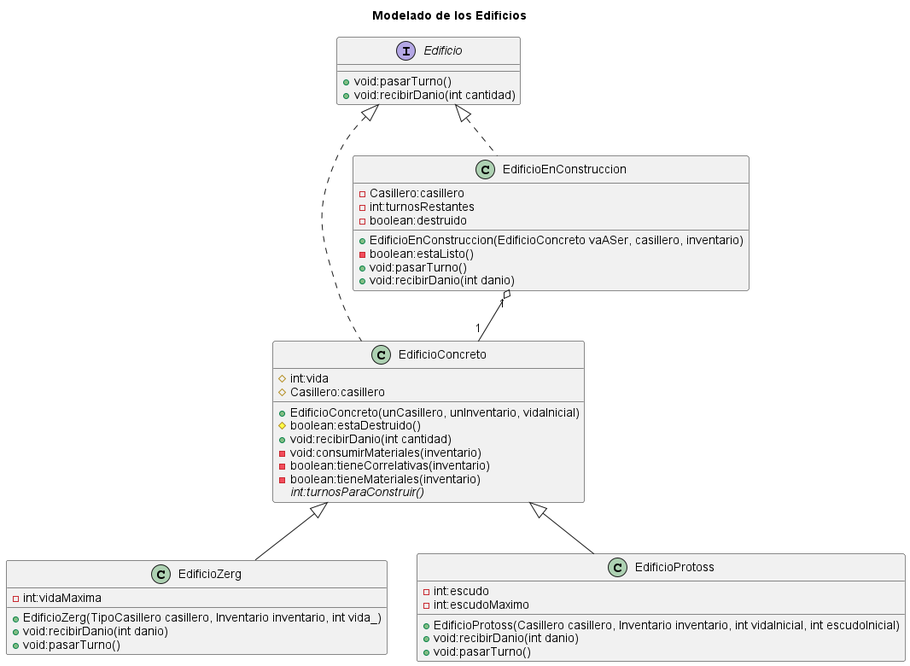
This is diagrams/classes/modeladoDeEdificios.png from m-cabrerar/AlgoStar, a PlantUML export, as it was before one commit.
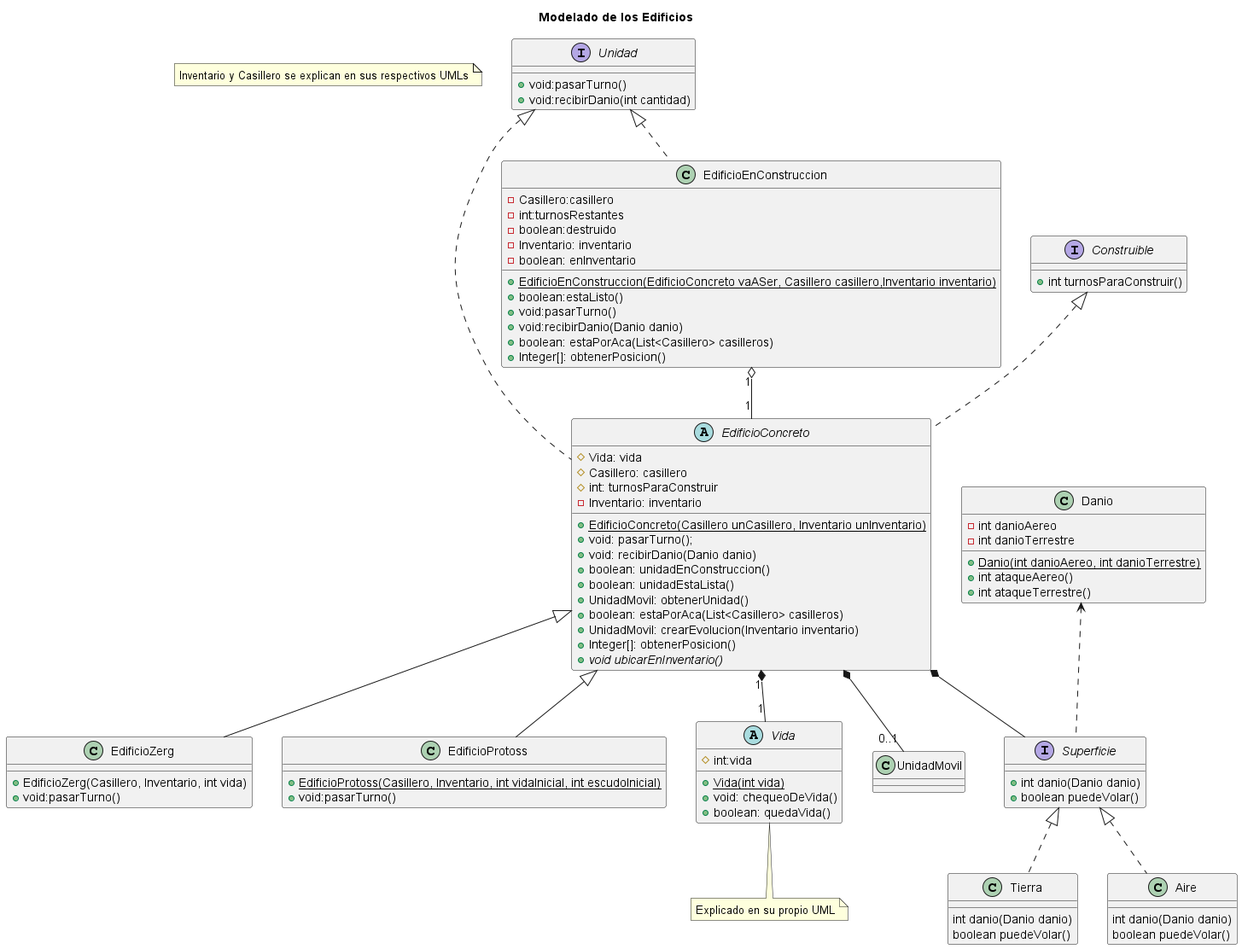
After the change.

Change to the diagram source:
```diff
@@ -1,51 +1,109 @@
 @startuml
 title Modelado de los Edificios
-
-interface Edificio {
+note "Inventario y Casillero se explican en sus respectivos UMLs" as N1
+interface Unidad {
  + void:pasarTurno()
  + void:recibirDanio(int cantidad)
 }
 
-class EdificioConcreto {
- # int:vida
- # Casillero:casillero
- + EdificioConcreto(unCasillero, unInventario, vidaInicial)
- # boolean:estaDestruido()
- + void:recibirDanio(int cantidad)
- - void:consumirMateriales(inventario)
- - boolean:tieneCorrelativas(inventario)
- - boolean:tieneMateriales(inventario)
- {abstract} int:turnosParaConstruir()
+class Danio{
+-int danioAereo
+-int danioTerrestre
+
++<u>Danio(int danioAereo, int danioTerrestre)
++int ataqueAereo()
++int ataqueTerrestre()
 }
+
+interface Construible {
++int turnosParaConstruir()
+}
+
+abstract class  EdificioConcreto{
+# Vida: vida
+# Casillero: casillero
+# int: turnosParaConstruir
+ -Inventario: inventario
+
++<u>EdificioConcreto(Casillero unCasillero, Inventario unInventario)
++ void: pasarTurno();
++ void: recibirDanio(Danio danio)
++ boolean: unidadEnConstruccion()
++ boolean: unidadEstaLista()
++  UnidadMovil: obtenerUnidad()
++ boolean: estaPorAca(List<Casillero> casilleros)
++ UnidadMovil: crearEvolucion(Inventario inventario)
++ Integer[]: obtenerPosicion()
++ {abstract} void ubicarEnInventario()
+}
+
+
 
 class EdificioEnConstruccion{
  - Casillero:casillero
  - int:turnosRestantes
  - boolean:destruido
- + EdificioEnConstruccion(EdificioConcreto vaASer, casillero, inventario)
- - boolean:estaListo()
+ -Inventario: inventario
+ -boolean: enInventario
+
+ + <u>EdificioEnConstruccion(EdificioConcreto vaASer, Casillero casillero,Inventario inventario)
+ + boolean:estaListo()
  + void:pasarTurno()
- + void:recibirDanio(int danio)
+ + void:recibirDanio(Danio danio)
+ + boolean: estaPorAca(List<Casillero> casilleros)
+ +Integer[]: obtenerPosicion()
 }
 
 class EdificioZerg{
- - int:vidaMaxima
- + EdificioZerg(TipoCasillero casillero, Inventario inventario, int vida_)
- + void:recibirDanio(int danio)
+ + EdificioZerg(Casillero, Inventario, int vida)
  + void:pasarTurno()
 }
 
 class EdificioProtoss{
- - int:escudo
- - int:escudoMaximo
- + EdificioProtoss(Casillero casillero, Inventario inventario, int vidaInicial, int escudoInicial)
- + void:recibirDanio(int danio)
+ + <u>EdificioProtoss(Casillero, Inventario, int vidaInicial, int escudoInicial)
  + void:pasarTurno()
 }
 
-Edificio <|.. EdificioConcreto
-Edificio <|.. EdificioEnConstruccion
+abstract class Vida{
+#int:vida
+
++<u>Vida(int vida)
++void: chequeoDeVida()
++boolean: quedaVida()
+}
+note bottom: Explicado en su propio UML
+
+
+interface Superficie{
++ int danio(Danio danio)
++ boolean puedeVolar()
+}
+class Tierra{
+ int danio(Danio danio)
+ boolean puedeVolar()
+}
+class Aire{
+int danio(Danio danio)
+boolean puedeVolar()
+}
+
+class UnidadMovil{}
+
+
+Superficie <|.. Tierra
+Superficie <|.. Aire
+
+Danio <.. Superficie
+
+EdificioConcreto "1" *-- "1"Vida
+
+
+Construible <|.. EdificioConcreto
+Unidad <|.. EdificioConcreto
+Unidad <|.. EdificioEnConstruccion
 EdificioConcreto <|-- EdificioZerg
 EdificioConcreto <|-- EdificioProtoss
+EdificioConcreto *-- Superficie
+EdificioConcreto *-- "0..1"UnidadMovil
 EdificioEnConstruccion "1" o-- "1" EdificioConcreto
 @enduml
```
